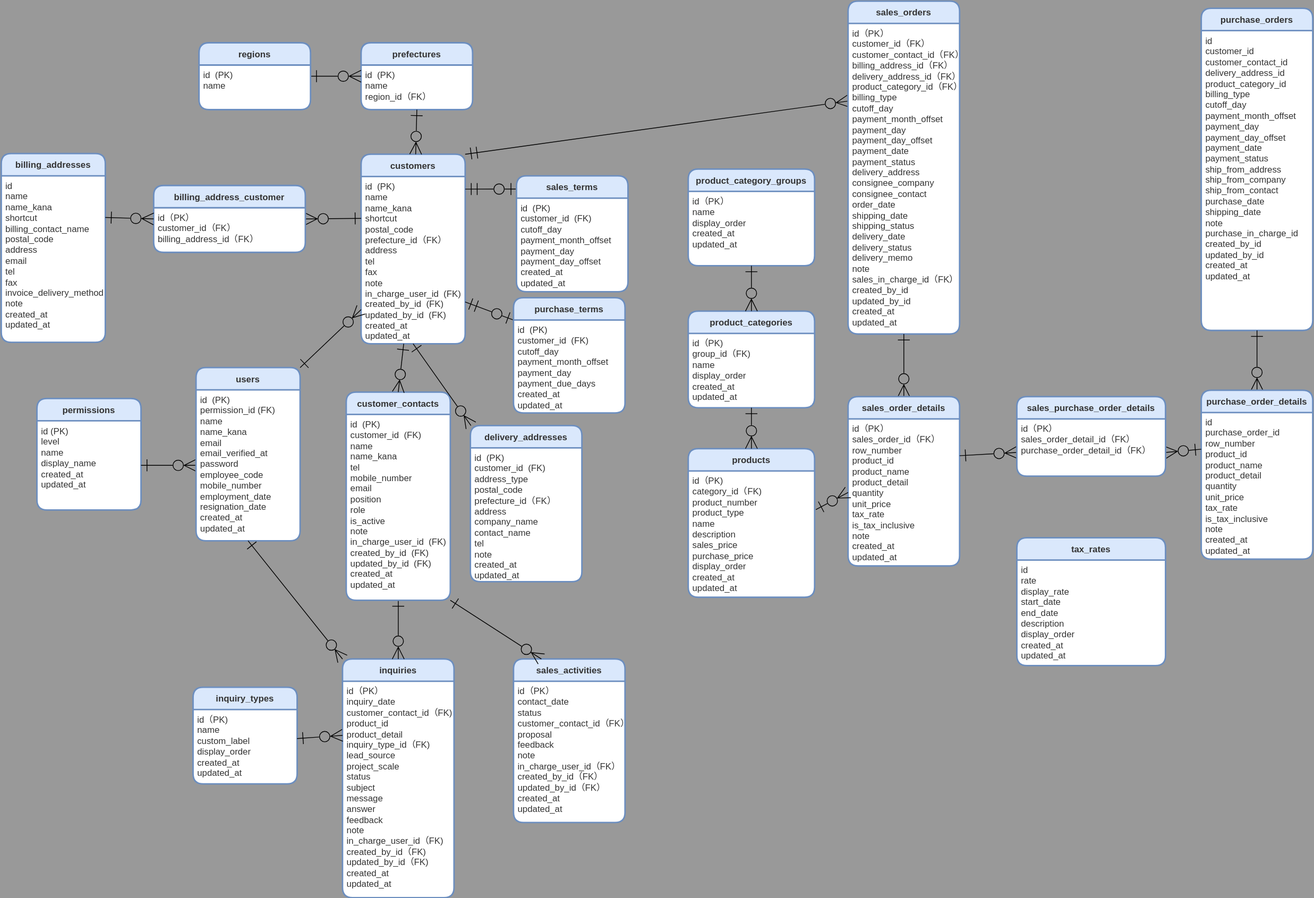
This is src/docs/ER.drawio.svg from ryo-tom/flagship, a draw.io export, as it was before one commit. Source tidied: cells renumbered, new cells last; positions are measured from the earlier drawing's top-left corner, leaving out a move shared by most shapes.
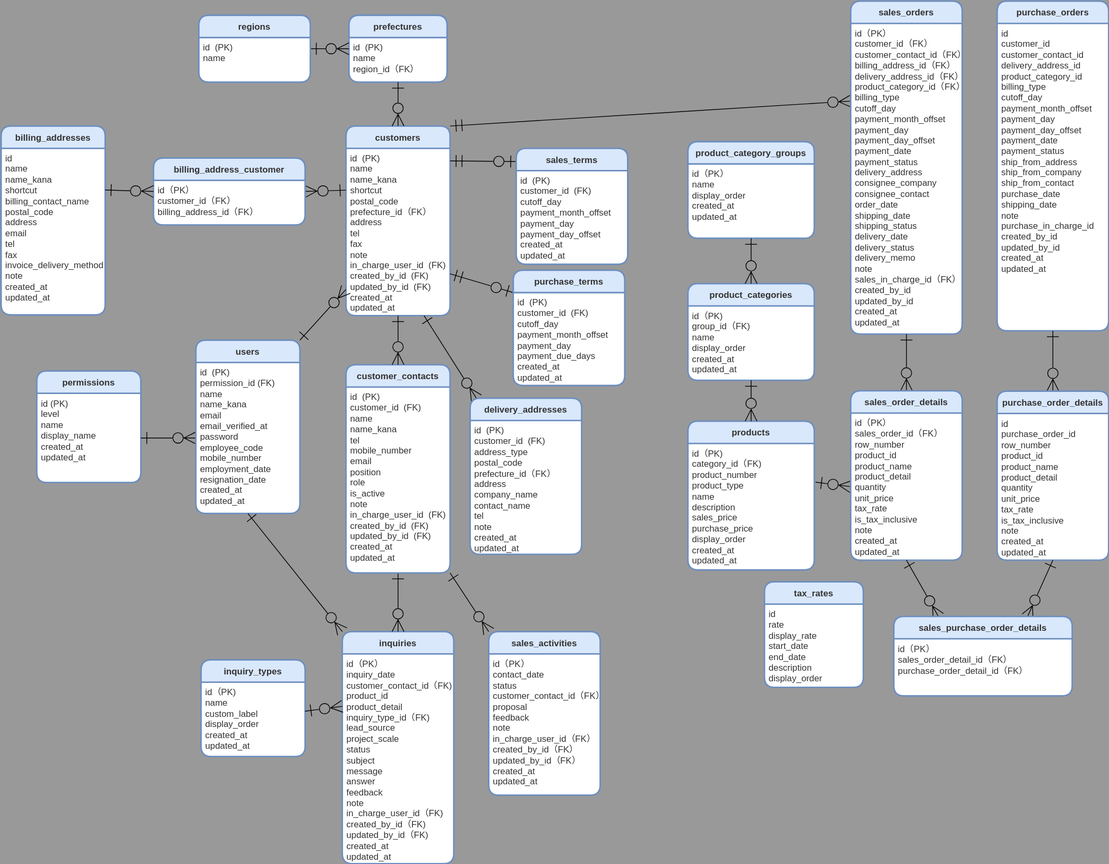
After the change.

Change to the diagram source:
```diff
@@ -5,3 +5,3 @@
     <mxCell id="2" value="inquiry_types" style="swimlane;horizontal=1;startSize=30;rounded=1;fontSize=12;fontStyle=1;strokeWidth=2;shadow=0;dashed=0;align=center;fillColor=#dae8fc;strokeColor=#6c8ebf;fontColor=#333333;labelBackgroundColor=none;gradientColor=none;swimlaneFillColor=#FFFFFF;verticalAlign=middle;" parent="1" vertex="1">
-      <mxGeometry x="258" y="923" width="140" height="130" as="geometry" />
+      <mxGeometry x="269" y="923" width="140" height="130" as="geometry" />
     </mxCell>
@@ -11,6 +11,6 @@
     <mxCell id="4" value="inquiries" style="swimlane;horizontal=1;startSize=30;rounded=1;fontSize=12;fontStyle=1;strokeWidth=2;shadow=0;dashed=0;align=center;fillColor=#dae8fc;strokeColor=#6c8ebf;fontColor=#333333;labelBackgroundColor=none;gradientColor=none;swimlaneFillColor=#FFFFFF;verticalAlign=middle;" parent="1" vertex="1">
-      <mxGeometry x="459" y="885" width="150" height="321" as="geometry" />
+      <mxGeometry x="459" y="885" width="150" height="312" as="geometry" />
     </mxCell>
     <mxCell id="5" value="&lt;div&gt;id（PK）&lt;/div&gt;&lt;div&gt;inquiry_date&lt;/div&gt;&lt;div&gt;customer_contact_id（FK)&lt;/div&gt;&lt;div&gt;product_id&lt;/div&gt;&lt;div&gt;product_detail&lt;/div&gt;&lt;div&gt;inquiry_type_id（FK)&lt;/div&gt;&lt;div&gt;lead_source&lt;/div&gt;&lt;div&gt;project_scale&lt;/div&gt;&lt;div&gt;status&lt;/div&gt;&lt;div&gt;subject&lt;/div&gt;&lt;div&gt;message&lt;/div&gt;&lt;div&gt;answer&lt;/div&gt;&lt;div&gt;feedback&lt;/div&gt;&lt;div&gt;note&lt;/div&gt;&lt;div&gt;in_charge_user_id（FK)&lt;/div&gt;&lt;div&gt;created_by_id（FK)&lt;/div&gt;&lt;div&gt;updated_by_id（FK)&lt;/div&gt;&lt;div&gt;&lt;span style=&quot;background-color: initial;&quot;&gt;created_at&lt;/span&gt;&lt;/div&gt;&lt;div&gt;updated_at&lt;/div&gt;" style="align=left;strokeColor=none;fillColor=none;spacingLeft=4;fontSize=12;verticalAlign=top;fontColor=#333333;html=1;" parent="4" vertex="1">
-      <mxGeometry y="30" width="150" height="291" as="geometry" />
+      <mxGeometry y="30" width="150" height="282" as="geometry" />
     </mxCell>
@@ -23,3 +23,3 @@
     <mxCell id="8" value="sales_activities" style="swimlane;horizontal=1;startSize=30;rounded=1;fontSize=12;fontStyle=1;strokeWidth=2;shadow=0;dashed=0;align=center;fillColor=#dae8fc;strokeColor=#6c8ebf;fontColor=#333333;labelBackgroundColor=none;gradientColor=none;swimlaneFillColor=#FFFFFF;verticalAlign=middle;" parent="1" vertex="1">
-      <mxGeometry x="689" y="885" width="150" height="220" as="geometry" />
+      <mxGeometry x="656" y="885" width="150" height="220" as="geometry" />
     </mxCell>
@@ -28,3 +28,3 @@
     </mxCell>
-    <mxCell id="10" style="edgeStyle=none;shape=connector;rounded=1;jumpStyle=none;jumpSize=6;html=1;shadow=0;labelBackgroundColor=default;strokeColor=default;fontFamily=Helvetica;fontSize=12;fontColor=default;startArrow=ERone;startFill=0;endArrow=ERzeroToMany;endFill=0;startSize=14;endSize=14;targetPerimeterSpacing=0;verticalAlign=top;exitX=1;exitY=1;exitDx=0;exitDy=0;entryX=0.25;entryY=0;entryDx=0;entryDy=0;" parent="1" edge="1" source="15" target="8">
+    <mxCell id="10" style="edgeStyle=none;shape=connector;rounded=1;jumpStyle=none;jumpSize=6;html=1;shadow=0;labelBackgroundColor=default;strokeColor=default;fontFamily=Helvetica;fontSize=12;fontColor=default;startArrow=ERone;startFill=0;endArrow=ERzeroToMany;endFill=0;startSize=14;endSize=14;targetPerimeterSpacing=0;verticalAlign=top;exitX=1;exitY=1;exitDx=0;exitDy=0;entryX=0;entryY=0;entryDx=0;entryDy=0;" parent="1" edge="1" source="15" target="8">
       <mxGeometry relative="1" as="geometry" />
@@ -32,3 +32,3 @@
     <mxCell id="11" value="customers" style="swimlane;horizontal=1;startSize=30;rounded=1;fontSize=12;fontStyle=1;strokeWidth=2;shadow=0;dashed=0;align=center;fillColor=#dae8fc;strokeColor=#6c8ebf;fontColor=#333333;labelBackgroundColor=none;gradientColor=none;swimlaneFillColor=#FFFFFF;verticalAlign=middle;" parent="1" vertex="1">
-      <mxGeometry x="484" y="206" width="140" height="255" as="geometry" />
+      <mxGeometry x="464" y="205" width="140" height="255" as="geometry" />
     </mxCell>
@@ -49,3 +49,3 @@
     </mxCell>
-    <mxCell id="17" style="edgeStyle=none;shape=connector;rounded=1;jumpStyle=none;jumpSize=6;html=1;exitX=0.5;exitY=1;exitDx=0;exitDy=0;shadow=0;labelBackgroundColor=default;strokeColor=default;fontFamily=Helvetica;fontSize=12;fontColor=default;startArrow=ERone;startFill=0;endArrow=ERzeroToMany;endFill=0;startSize=14;endSize=14;targetPerimeterSpacing=0;verticalAlign=top;" parent="1" edge="1" source="12" target="43">
+    <mxCell id="17" style="edgeStyle=none;shape=connector;rounded=1;jumpStyle=none;jumpSize=6;html=1;exitX=0.75;exitY=1;exitDx=0;exitDy=0;shadow=0;labelBackgroundColor=default;strokeColor=default;fontFamily=Helvetica;fontSize=12;fontColor=default;startArrow=ERone;startFill=0;endArrow=ERzeroToMany;endFill=0;startSize=14;endSize=14;targetPerimeterSpacing=0;verticalAlign=top;" parent="1" edge="1" source="12" target="43">
       <mxGeometry relative="1" as="geometry" />
@@ -59,6 +59,6 @@
     <mxCell id="20" value="prefectures" style="swimlane;horizontal=1;startSize=30;rounded=1;fontSize=12;fontStyle=1;strokeWidth=2;shadow=0;dashed=0;align=center;fillColor=#dae8fc;strokeColor=#6c8ebf;fontColor=#333333;labelBackgroundColor=none;gradientColor=none;swimlaneFillColor=#FFFFFF;verticalAlign=middle;" parent="1" vertex="1">
-      <mxGeometry x="484" y="56" width="150" height="90" as="geometry" />
+      <mxGeometry x="468" y="56" width="132" height="90" as="geometry" />
     </mxCell>
     <mxCell id="21" value="&lt;font style=&quot;&quot;&gt;id&amp;nbsp;&amp;nbsp;(PK)&lt;br style=&quot;font-size: 12px;&quot;&gt;name&lt;br&gt;region_id（FK）&lt;br&gt;&lt;/font&gt;" style="align=left;strokeColor=none;fillColor=none;spacingLeft=4;fontSize=12;verticalAlign=top;fontColor=#333333;html=1;" parent="20" vertex="1">
-      <mxGeometry y="30" width="150" height="60" as="geometry" />
+      <mxGeometry y="30" width="132" height="60" as="geometry" />
     </mxCell>
@@ -163,16 +163,19 @@
     </mxCell>
-    <mxCell id="55" style="group;" parent="1" vertex="1">
-      <mxGeometry x="1139" width="625" height="893.8" as="geometry" />
-    </mxCell>
+    <mxCell id="75" style="edgeStyle=none;shape=connector;rounded=1;jumpStyle=none;jumpSize=6;html=1;exitX=1.01;exitY=0.306;exitDx=0;exitDy=0;shadow=0;labelBackgroundColor=default;strokeColor=default;fontFamily=Helvetica;fontSize=12;fontColor=default;startArrow=ERone;startFill=0;endArrow=ERzeroToMany;endFill=0;startSize=14;endSize=14;targetPerimeterSpacing=0;verticalAlign=top;entryX=0;entryY=0.5;entryDx=0;entryDy=0;exitPerimeter=0;" parent="1" edge="1" source="53" target="67">
+      <mxGeometry relative="1" as="geometry" />
+    </mxCell>
+    <mxCell id="76" style="edgeStyle=none;shape=connector;rounded=1;jumpStyle=none;jumpSize=6;html=1;shadow=0;labelBackgroundColor=default;strokeColor=default;fontFamily=Helvetica;fontSize=12;fontColor=default;startArrow=ERone;startFill=0;endArrow=ERzeroToMany;endFill=0;startSize=14;endSize=14;targetPerimeterSpacing=0;verticalAlign=top;exitX=0.5;exitY=1;exitDx=0;exitDy=0;entryX=0;entryY=0;entryDx=0;entryDy=0;" parent="1" edge="1" source="41" target="4">
+      <mxGeometry relative="1" as="geometry" />
+    </mxCell>
-    <mxCell id="56" value="purchase_orders" style="swimlane;horizontal=1;startSize=30;rounded=1;fontSize=12;fontStyle=1;strokeWidth=2;shadow=0;dashed=0;align=center;fillColor=#dae8fc;strokeColor=#6c8ebf;fontColor=#333333;labelBackgroundColor=none;gradientColor=none;swimlaneFillColor=#FFFFFF;verticalAlign=middle;" parent="55" vertex="1">
-      <mxGeometry x="475" y="9.6" width="150" height="433.4" as="geometry" />
+    <mxCell id="56" value="purchase_orders" style="swimlane;horizontal=1;startSize=30;rounded=1;fontSize=12;fontStyle=1;strokeWidth=2;shadow=0;dashed=0;align=center;fillColor=#dae8fc;strokeColor=#6c8ebf;fontColor=#333333;labelBackgroundColor=none;gradientColor=none;swimlaneFillColor=#FFFFFF;verticalAlign=middle;" parent="1" vertex="1">
+      <mxGeometry x="1340" y="37" width="150" height="443.4" as="geometry" />
     </mxCell>
     <mxCell id="57" value="&lt;div&gt;id&lt;/div&gt;&lt;div&gt;customer_id&lt;/div&gt;&lt;div&gt;customer_contact_id&lt;/div&gt;&lt;div&gt;delivery_address_id&lt;/div&gt;&lt;div&gt;product_category_id&lt;/div&gt;&lt;div&gt;billing_type&lt;/div&gt;&lt;div&gt;cutoff_day&lt;/div&gt;&lt;div&gt;payment_month_offset&lt;/div&gt;&lt;div&gt;payment_day&lt;/div&gt;&lt;div&gt;payment_day_offset&lt;/div&gt;&lt;div&gt;payment_date&lt;/div&gt;&lt;div&gt;payment_status&lt;/div&gt;&lt;div&gt;ship_from_address&lt;/div&gt;&lt;div&gt;ship_from_company&lt;/div&gt;&lt;div&gt;ship_from_contact&lt;/div&gt;&lt;div&gt;purchase_date&lt;/div&gt;&lt;div&gt;shipping_date&lt;/div&gt;&lt;div&gt;note&lt;/div&gt;&lt;div&gt;purchase_in_charge_id&lt;/div&gt;&lt;div&gt;created_by_id&lt;/div&gt;&lt;div&gt;updated_by_id&lt;/div&gt;&lt;div&gt;created_at&lt;/div&gt;&lt;div&gt;updated_at&lt;/div&gt;" style="align=left;strokeColor=none;fillColor=none;spacingLeft=4;fontSize=12;verticalAlign=top;fontColor=#333333;html=1;" parent="56" vertex="1">
-      <mxGeometry y="30" width="150" height="403.4" as="geometry" />
+      <mxGeometry y="30" width="150" height="413.4" as="geometry" />
     </mxCell>
-    <mxCell id="58" style="edgeStyle=none;shape=connector;rounded=1;jumpStyle=none;jumpSize=6;html=1;shadow=0;labelBackgroundColor=default;strokeColor=default;fontFamily=Helvetica;fontSize=12;fontColor=default;startArrow=ERone;startFill=0;endArrow=ERzeroToMany;endFill=0;startSize=14;endSize=14;targetPerimeterSpacing=0;verticalAlign=top;exitX=0.5;exitY=1;exitDx=0;exitDy=0;entryX=0.5;entryY=0;entryDx=0;entryDy=0;" parent="55" edge="1" source="57" target="63">
+    <mxCell id="58" style="edgeStyle=none;shape=connector;rounded=1;jumpStyle=none;jumpSize=6;html=1;shadow=0;labelBackgroundColor=default;strokeColor=default;fontFamily=Helvetica;fontSize=12;fontColor=default;startArrow=ERone;startFill=0;endArrow=ERzeroToMany;endFill=0;startSize=14;endSize=14;targetPerimeterSpacing=0;verticalAlign=top;exitX=0.5;exitY=1;exitDx=0;exitDy=0;entryX=0.5;entryY=0;entryDx=0;entryDy=0;" parent="1" edge="1" source="57" target="63">
       <mxGeometry relative="1" as="geometry" />
     </mxCell>
-    <mxCell id="59" value="sales_orders" style="swimlane;horizontal=1;startSize=30;rounded=1;fontSize=12;fontStyle=1;strokeWidth=2;shadow=0;dashed=0;align=center;fillColor=#dae8fc;strokeColor=#6c8ebf;fontColor=#333333;labelBackgroundColor=none;gradientColor=none;swimlaneFillColor=#FFFFFF;verticalAlign=middle;" parent="55" vertex="1">
-      <mxGeometry width="150" height="447.8" as="geometry" />
+    <mxCell id="59" value="sales_orders" style="swimlane;horizontal=1;startSize=30;rounded=1;fontSize=12;fontStyle=1;strokeWidth=2;shadow=0;dashed=0;align=center;fillColor=#dae8fc;strokeColor=#6c8ebf;fontColor=#333333;labelBackgroundColor=none;gradientColor=none;swimlaneFillColor=#FFFFFF;verticalAlign=middle;arcSize=15;" parent="1" vertex="1">
+      <mxGeometry x="1143" y="37" width="150" height="447.8" as="geometry" />
     </mxCell>
@@ -184,7 +187,7 @@
     </mxCell>
-    <mxCell id="62" style="edgeStyle=none;shape=connector;rounded=1;jumpStyle=none;jumpSize=6;html=1;shadow=0;labelBackgroundColor=default;strokeColor=default;fontFamily=Helvetica;fontSize=12;fontColor=default;startArrow=ERone;startFill=0;endArrow=ERzeroToMany;endFill=0;startSize=14;endSize=14;targetPerimeterSpacing=0;verticalAlign=top;exitX=0.5;exitY=1;exitDx=0;exitDy=0;entryX=0.5;entryY=0;entryDx=0;entryDy=0;" parent="55" edge="1" source="61" target="66">
+    <mxCell id="62" style="edgeStyle=none;shape=connector;rounded=1;jumpStyle=none;jumpSize=6;html=1;shadow=0;labelBackgroundColor=default;strokeColor=default;fontFamily=Helvetica;fontSize=12;fontColor=default;startArrow=ERone;startFill=0;endArrow=ERzeroToMany;endFill=0;startSize=14;endSize=14;targetPerimeterSpacing=0;verticalAlign=top;exitX=0.5;exitY=1;exitDx=0;exitDy=0;entryX=0.5;entryY=0;entryDx=0;entryDy=0;" parent="1" edge="1" source="61" target="66">
       <mxGeometry relative="1" as="geometry" />
     </mxCell>
-    <mxCell id="63" value="purchase_order_details" style="swimlane;horizontal=1;startSize=30;rounded=1;fontSize=12;fontStyle=1;strokeWidth=2;shadow=0;dashed=0;align=center;fillColor=#dae8fc;strokeColor=#6c8ebf;fontColor=#333333;labelBackgroundColor=none;gradientColor=none;swimlaneFillColor=#FFFFFF;verticalAlign=middle;" parent="55" vertex="1">
-      <mxGeometry x="475" y="523.4" width="150" height="227.3" as="geometry" />
+    <mxCell id="63" value="purchase_order_details" style="swimlane;horizontal=1;startSize=30;rounded=1;fontSize=12;fontStyle=1;strokeWidth=2;shadow=0;dashed=0;align=center;fillColor=#dae8fc;strokeColor=#6c8ebf;fontColor=#333333;labelBackgroundColor=none;gradientColor=none;swimlaneFillColor=#FFFFFF;verticalAlign=middle;" parent="1" vertex="1">
+      <mxGeometry x="1340" y="561.5" width="150" height="227.3" as="geometry" />
     </mxCell>
@@ -193,7 +196,7 @@
     </mxCell>
-    <mxCell id="65" style="edgeStyle=none;shape=connector;rounded=1;jumpStyle=none;jumpSize=6;html=1;shadow=0;labelBackgroundColor=default;strokeColor=default;fontFamily=Helvetica;fontSize=12;fontColor=default;startArrow=ERone;startFill=0;endArrow=ERzeroToMany;endFill=0;startSize=14;endSize=14;targetPerimeterSpacing=0;verticalAlign=top;entryX=1;entryY=0.25;entryDx=0;entryDy=0;exitX=0;exitY=0.25;exitDx=0;exitDy=0;" parent="55" edge="1" source="64" target="70">
+    <mxCell id="65" style="edgeStyle=none;shape=connector;rounded=1;jumpStyle=none;jumpSize=6;html=1;shadow=0;labelBackgroundColor=default;strokeColor=default;fontFamily=Helvetica;fontSize=12;fontColor=default;startArrow=ERone;startFill=0;endArrow=ERzeroToMany;endFill=0;startSize=14;endSize=14;targetPerimeterSpacing=0;verticalAlign=top;exitX=0.5;exitY=1;exitDx=0;exitDy=0;entryX=0.75;entryY=0;entryDx=0;entryDy=0;" parent="1" edge="1" source="64" target="69">
       <mxGeometry relative="1" as="geometry" />
     </mxCell>
-    <mxCell id="66" value="sales_order_details" style="swimlane;horizontal=1;startSize=30;rounded=1;fontSize=12;fontStyle=1;strokeWidth=2;shadow=0;dashed=0;align=center;fillColor=#dae8fc;strokeColor=#6c8ebf;fontColor=#333333;labelBackgroundColor=none;gradientColor=none;swimlaneFillColor=#FFFFFF;verticalAlign=middle;" parent="55" vertex="1">
-      <mxGeometry y="532.1" width="150" height="227.7" as="geometry" />
+    <mxCell id="66" value="sales_order_details" style="swimlane;horizontal=1;startSize=30;rounded=1;fontSize=12;fontStyle=1;strokeWidth=2;shadow=0;dashed=0;align=center;fillColor=#dae8fc;strokeColor=#6c8ebf;fontColor=#333333;labelBackgroundColor=none;gradientColor=none;swimlaneFillColor=#FFFFFF;verticalAlign=middle;" parent="1" vertex="1">
+      <mxGeometry x="1143" y="561.1" width="150" height="227.7" as="geometry" />
     </mxCell>
@@ -202,29 +205,23 @@
     </mxCell>
-    <mxCell id="68" style="edgeStyle=none;shape=connector;rounded=1;jumpStyle=none;jumpSize=6;html=1;shadow=0;labelBackgroundColor=default;strokeColor=default;fontFamily=Helvetica;fontSize=12;fontColor=default;startArrow=ERone;startFill=0;endArrow=ERzeroToMany;endFill=0;startSize=14;endSize=14;targetPerimeterSpacing=0;verticalAlign=top;entryX=0;entryY=0.25;entryDx=0;entryDy=0;exitX=1;exitY=0.25;exitDx=0;exitDy=0;" parent="55" edge="1" source="67" target="70">
+    <mxCell id="68" style="edgeStyle=none;shape=connector;rounded=1;jumpStyle=none;jumpSize=6;html=1;shadow=0;labelBackgroundColor=default;strokeColor=default;fontFamily=Helvetica;fontSize=12;fontColor=default;startArrow=ERone;startFill=0;endArrow=ERzeroToMany;endFill=0;startSize=14;endSize=14;targetPerimeterSpacing=0;verticalAlign=top;exitX=0.5;exitY=1;exitDx=0;exitDy=0;entryX=0.25;entryY=0;entryDx=0;entryDy=0;" parent="1" edge="1" source="67" target="69">
       <mxGeometry relative="1" as="geometry" />
     </mxCell>
-    <mxCell id="69" value="sales_purchase_order_details" style="swimlane;horizontal=1;startSize=30;rounded=1;fontSize=12;fontStyle=1;strokeWidth=2;shadow=0;dashed=0;align=center;fillColor=#dae8fc;strokeColor=#6c8ebf;fontColor=#333333;labelBackgroundColor=none;gradientColor=none;swimlaneFillColor=#FFFFFF;verticalAlign=middle;" parent="55" vertex="1">
-      <mxGeometry x="227" y="532.1" width="200" height="106.9" as="geometry" />
+    <mxCell id="69" value="sales_purchase_order_details" style="swimlane;horizontal=1;startSize=30;rounded=1;fontSize=12;fontStyle=1;strokeWidth=2;shadow=0;dashed=0;align=center;fillColor=#dae8fc;strokeColor=#6c8ebf;fontColor=#333333;labelBackgroundColor=none;gradientColor=none;swimlaneFillColor=#FFFFFF;verticalAlign=middle;" parent="1" vertex="1">
+      <mxGeometry x="1201" y="864.5" width="240" height="106.9" as="geometry" />
     </mxCell>
     <mxCell id="70" value="id（PK）&lt;br&gt;sales_order_detail_id（FK）&lt;br&gt;purchase_order_detail_id（FK）" style="align=left;strokeColor=none;fillColor=none;spacingLeft=4;fontSize=12;verticalAlign=top;fontColor=#333333;html=1;" parent="69" vertex="1">
-      <mxGeometry y="30" width="200" height="180" as="geometry" />
+      <mxGeometry y="30" width="240" height="180" as="geometry" />
     </mxCell>
     <mxCell id="71" value="&lt;br&gt;" style="align=left;strokeColor=none;fillColor=none;spacingLeft=4;fontSize=12;verticalAlign=top;fontColor=#333333;html=1;" parent="69" vertex="1">
-      <mxGeometry y="210" width="200" as="geometry" />
+      <mxGeometry y="210" width="240" as="geometry" />
     </mxCell>
     <mxCell id="72" value="&lt;br&gt;" style="align=left;strokeColor=none;fillColor=none;spacingLeft=4;fontSize=12;verticalAlign=top;fontColor=#333333;html=1;" parent="69" vertex="1">
-      <mxGeometry y="210" width="200" height="-103.1" as="geometry" />
+      <mxGeometry y="210" width="240" height="-103.1" as="geometry" />
     </mxCell>
-    <mxCell id="73" value="tax_rates" style="swimlane;horizontal=1;startSize=30;rounded=1;fontSize=12;fontStyle=1;strokeWidth=2;shadow=0;dashed=0;align=center;fillColor=#dae8fc;strokeColor=#6c8ebf;fontColor=#333333;labelBackgroundColor=none;gradientColor=none;swimlaneFillColor=#FFFFFF;verticalAlign=middle;" parent="55" vertex="1">
-      <mxGeometry x="227" y="721.8" width="200" height="172" as="geometry" />
+    <mxCell id="73" value="tax_rates" style="swimlane;horizontal=1;startSize=30;rounded=1;fontSize=12;fontStyle=1;strokeWidth=2;shadow=0;dashed=0;align=center;fillColor=#dae8fc;strokeColor=#6c8ebf;fontColor=#333333;labelBackgroundColor=none;gradientColor=none;swimlaneFillColor=#FFFFFF;verticalAlign=middle;" parent="1" vertex="1">
+      <mxGeometry x="1027" y="818" width="133" height="142" as="geometry" />
     </mxCell>
-    <mxCell id="74" value="&lt;div&gt;id&lt;/div&gt;&lt;div&gt;rate&lt;/div&gt;&lt;div&gt;display_rate&lt;/div&gt;&lt;div&gt;start_date&lt;/div&gt;&lt;div&gt;end_date&lt;/div&gt;&lt;div&gt;description&lt;/div&gt;&lt;div&gt;display_order&lt;/div&gt;&lt;div&gt;created_at&lt;/div&gt;&lt;div&gt;updated_at&lt;/div&gt;" style="align=left;strokeColor=none;fillColor=none;spacingLeft=4;fontSize=12;verticalAlign=top;fontColor=#333333;html=1;" parent="73" vertex="1">
-      <mxGeometry y="30" width="200" height="142" as="geometry" />
+    <mxCell id="74" value="&lt;div&gt;id&lt;/div&gt;&lt;div&gt;rate&lt;/div&gt;&lt;div&gt;display_rate&lt;/div&gt;&lt;div&gt;start_date&lt;/div&gt;&lt;div&gt;end_date&lt;/div&gt;&lt;div&gt;description&lt;/div&gt;&lt;div&gt;display_order&lt;/div&gt;&lt;div&gt;&lt;br&gt;&lt;/div&gt;" style="align=left;strokeColor=none;fillColor=none;spacingLeft=4;fontSize=12;verticalAlign=top;fontColor=#333333;html=1;" parent="73" vertex="1">
+      <mxGeometry y="30" width="133" height="112" as="geometry" />
     </mxCell>
-    <mxCell id="75" style="edgeStyle=none;shape=connector;rounded=1;jumpStyle=none;jumpSize=6;html=1;exitX=1.01;exitY=0.306;exitDx=0;exitDy=0;shadow=0;labelBackgroundColor=default;strokeColor=default;fontFamily=Helvetica;fontSize=12;fontColor=default;startArrow=ERone;startFill=0;endArrow=ERzeroToMany;endFill=0;startSize=14;endSize=14;targetPerimeterSpacing=0;verticalAlign=top;entryX=0;entryY=0.5;entryDx=0;entryDy=0;exitPerimeter=0;" parent="1" edge="1" source="53" target="67">
-      <mxGeometry relative="1" as="geometry" />
-    </mxCell>
-    <mxCell id="76" style="edgeStyle=none;shape=connector;rounded=1;jumpStyle=none;jumpSize=6;html=1;shadow=0;labelBackgroundColor=default;strokeColor=default;fontFamily=Helvetica;fontSize=12;fontColor=default;startArrow=ERone;startFill=0;endArrow=ERzeroToMany;endFill=0;startSize=14;endSize=14;targetPerimeterSpacing=0;verticalAlign=top;exitX=0.5;exitY=1;exitDx=0;exitDy=0;entryX=0;entryY=0;entryDx=0;entryDy=0;" parent="1" edge="1" source="41" target="4">
-      <mxGeometry relative="1" as="geometry" />
-    </mxCell>
   </root>
```
